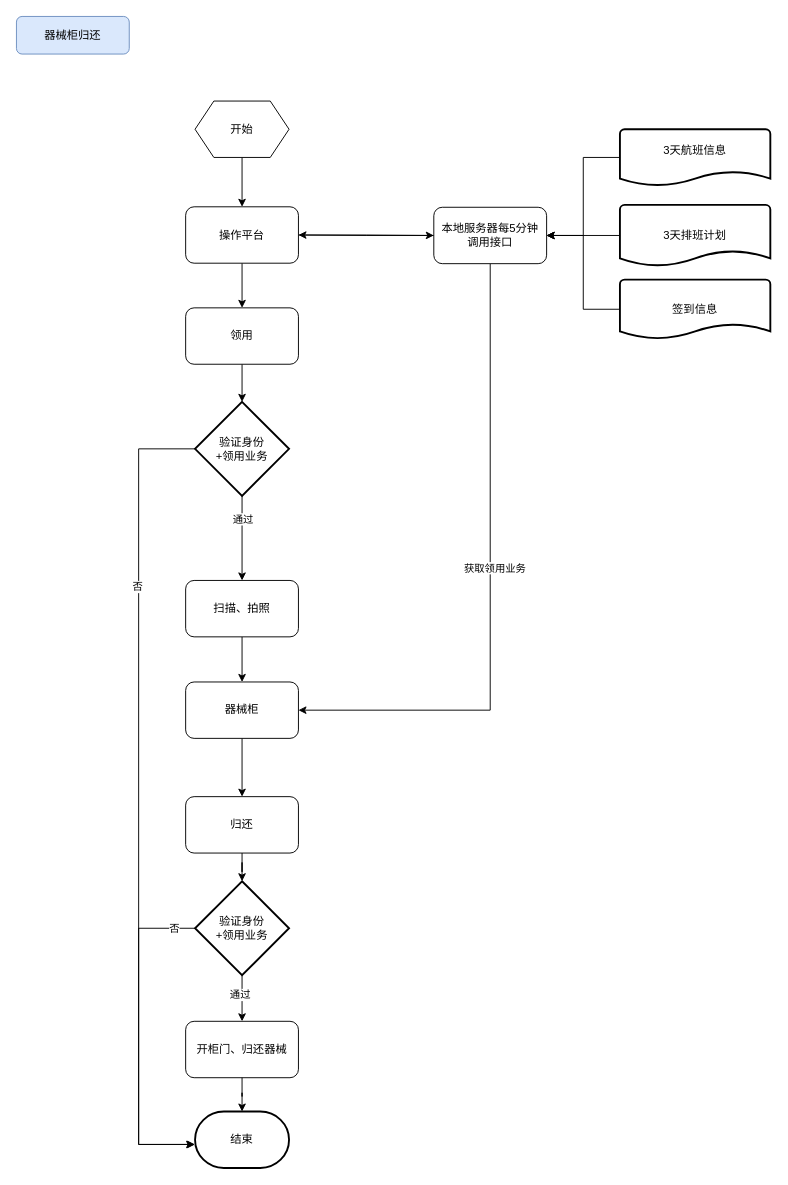
The draw.io diagram xbhangkong4.drawio in HXLMOM/cctest, before the edit. Source tidied: cells renumbered, new cells numbered last; positions are measured from the earlier drawing's top-left corner, leaving out a move shared by most shapes. Both pictures are drawn from the tidied source at 94%, with x=0, y=0 at pixel (16, 16).
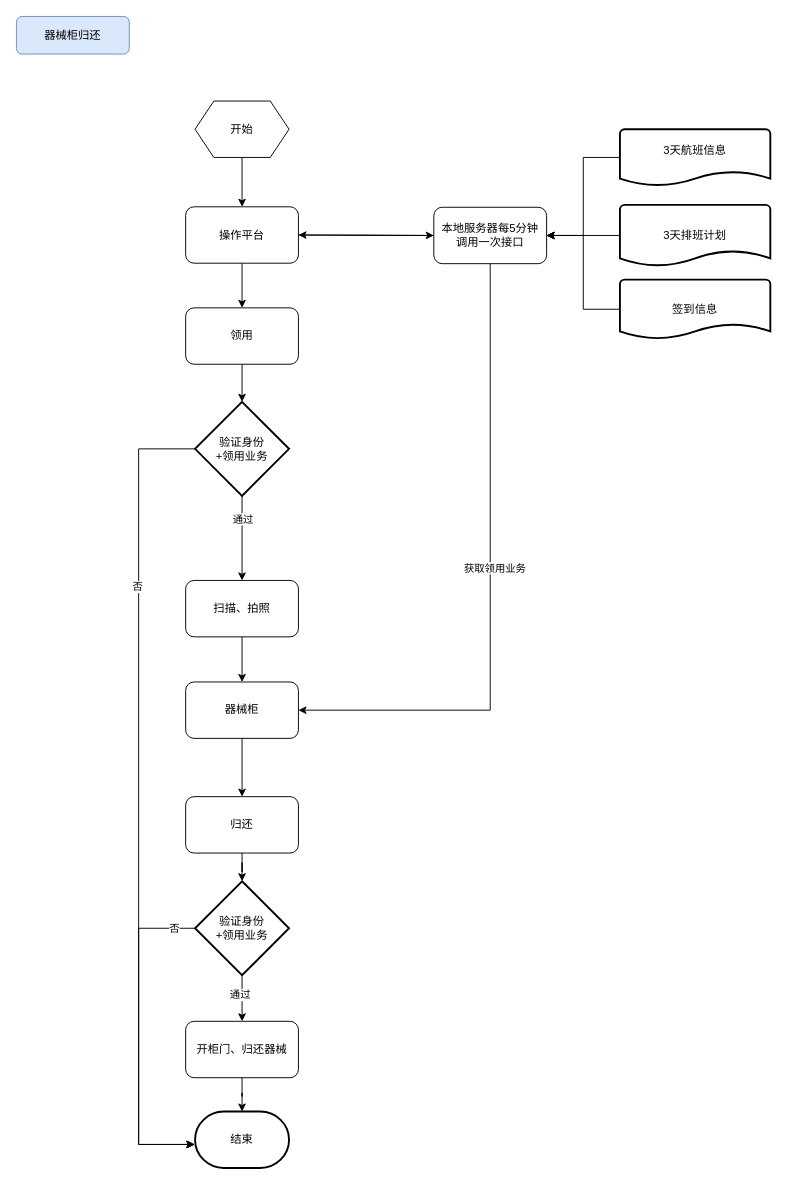
The same diagram, later.

Change to the diagram source:
```diff
@@
-    <mxCell id="11" value="本地服务器每5分钟&lt;br&gt;调用接口" style="rounded=1;whiteSpace=wrap;html=1;" parent="1" vertex="1">
+    <mxCell id="11" value="本地服务器每5分钟&lt;br&gt;调用一次接口" style="rounded=1;whiteSpace=wrap;html=1;" parent="1" vertex="1">
       <mxGeometry x="444" y="203" width="120" height="60" as="geometry" />
     </mxCell>
```
